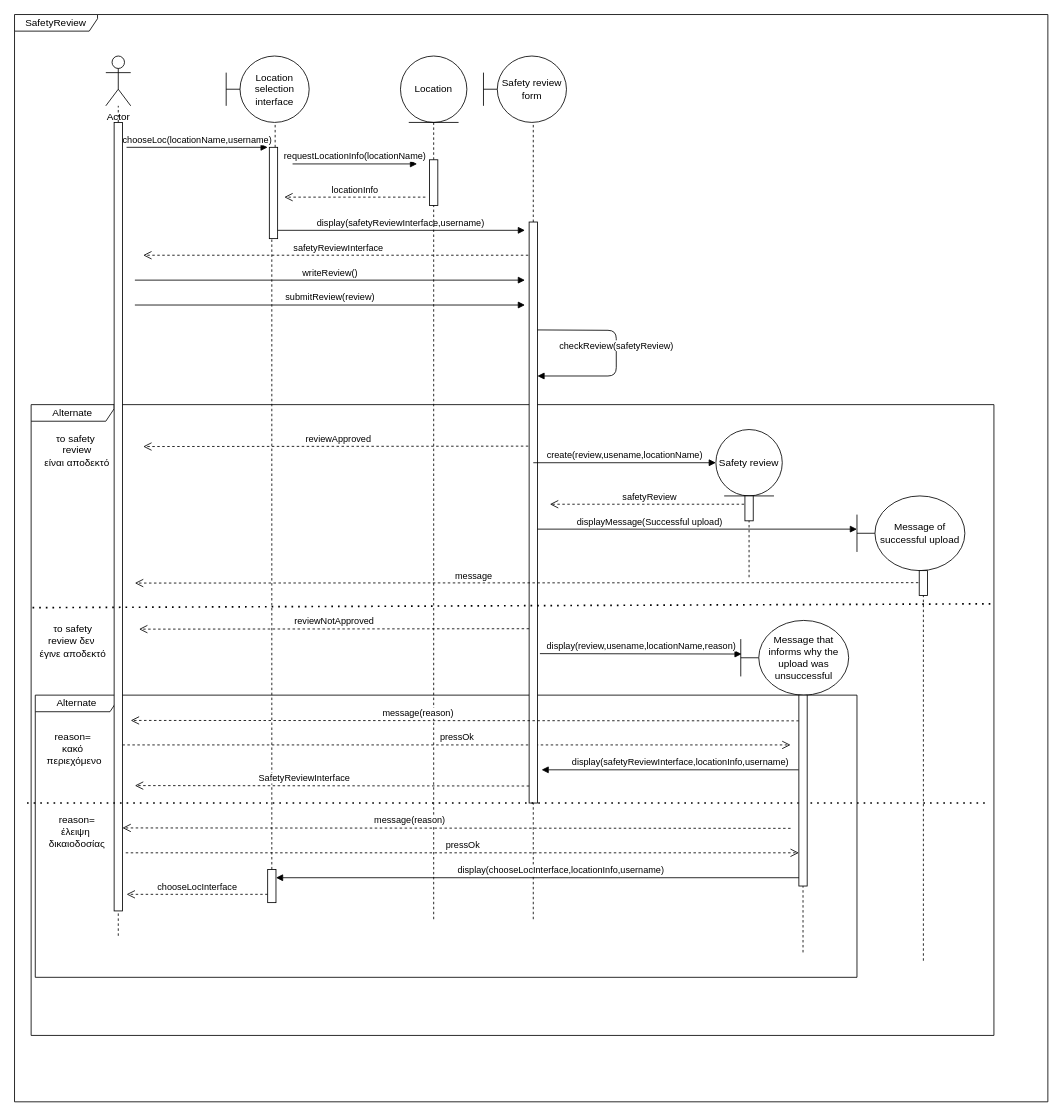
Mario-Sama/SoftEngProject2021 keeps this draw.io diagram as Documents/DrawioResources/4th cycle/safety_review_sequence.drawio. Above is the earlier version. Source tidied: cells renumbered, new cells numbered last; positions are measured from the earlier drawing's top-left corner, leaving out a move shared by most shapes. Both pictures are drawn from the tidied source at 83%, with x=0, y=0 at pixel (14, 14).
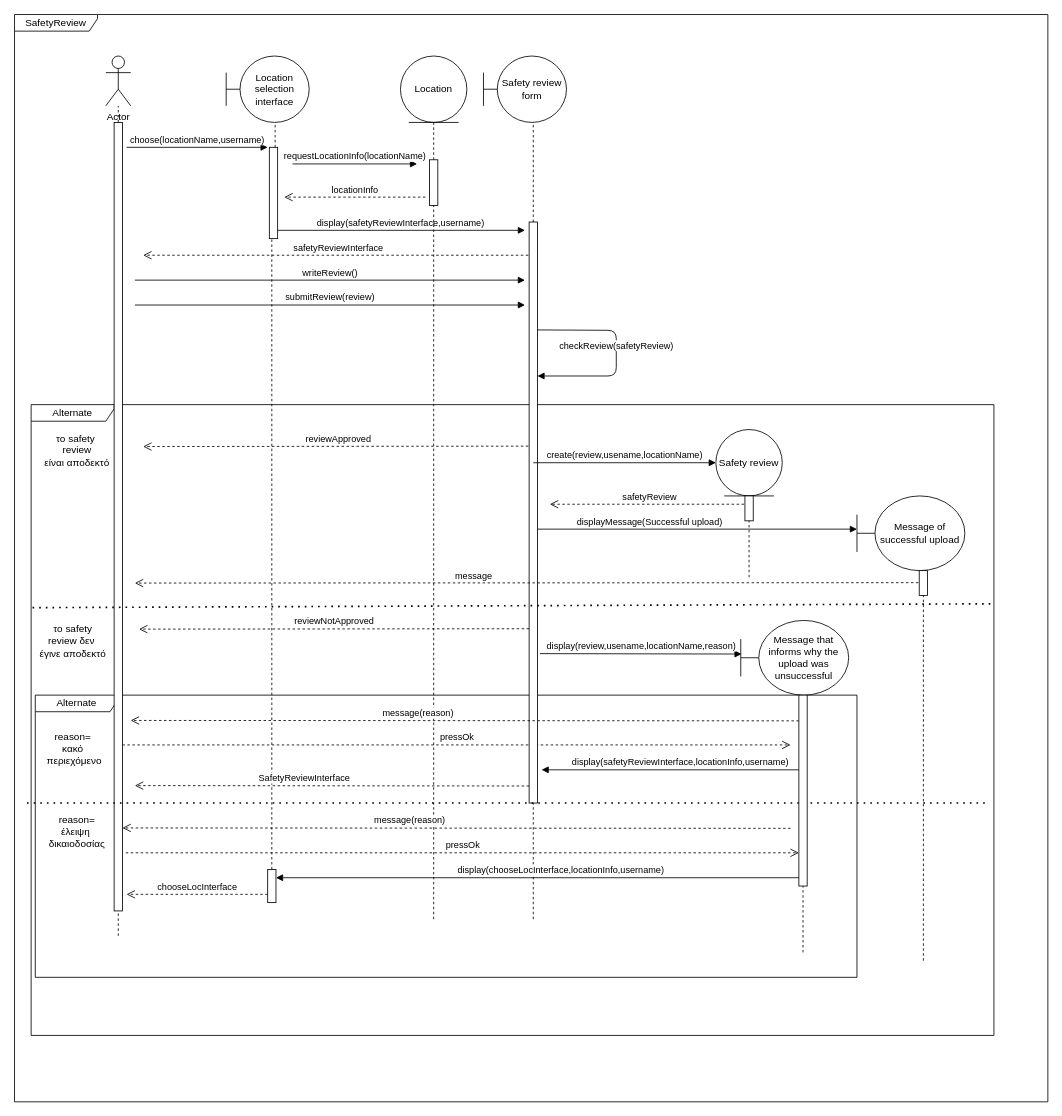
After the change.

What changed in the source:
```diff
@@
-    <mxCell id="8" value="chooseLoc(locationName,username)" style="html=1;verticalAlign=bottom;endArrow=block;" parent="1" edge="1">
+    <mxCell id="8" value="choose(locationName,username)" style="html=1;verticalAlign=bottom;endArrow=block;" parent="1" edge="1">
       <mxGeometry relative="1" as="geometry">
         <mxPoint x="135" y="160" as="sourcePoint" />
         <mxPoint x="305" y="160" as="targetPoint" />
       </mxGeometry>
     </mxCell>
```
